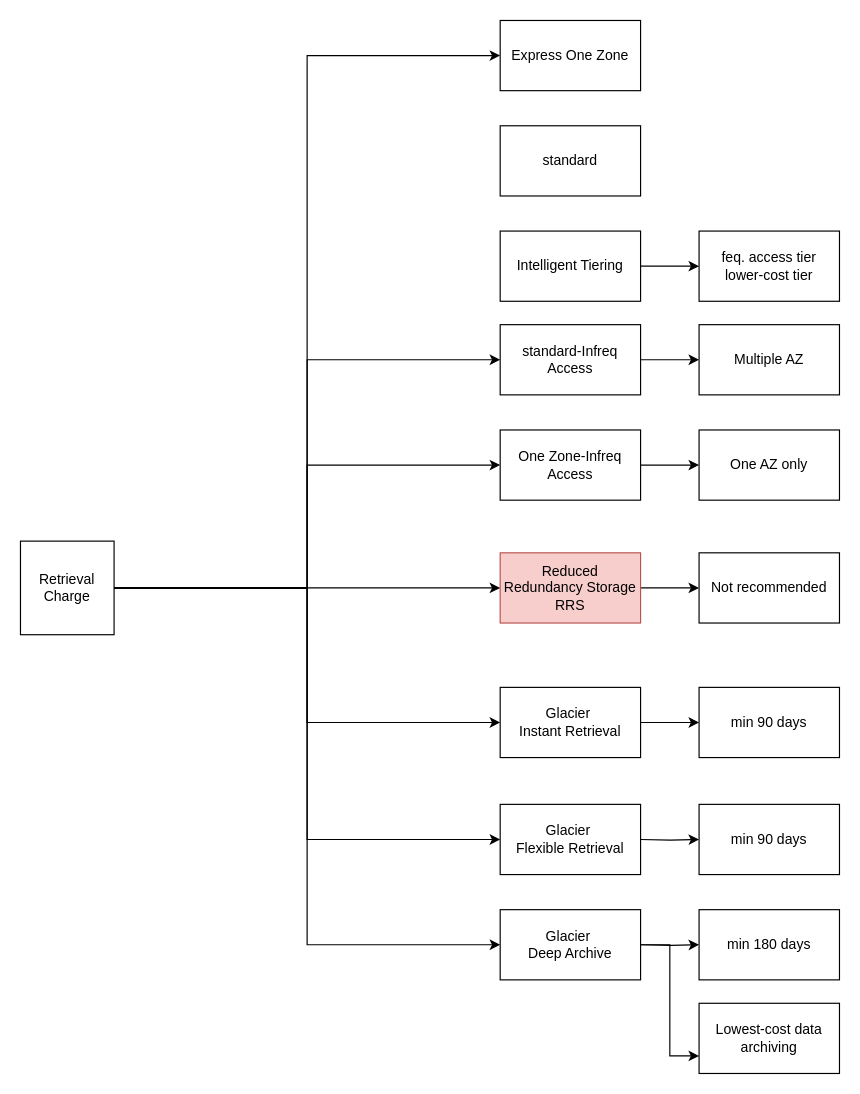
This is drawio/aws/s3.drawio from cmkam/architecture, a draw.io file, before an edit. Source tidied: cells renumbered, new cells numbered last; positions are measured from the earlier drawing's top-left corner, leaving out a move shared by most shapes. Both pictures are drawn from the tidied source at 117%, with x=0, y=0 at pixel (20, 20).
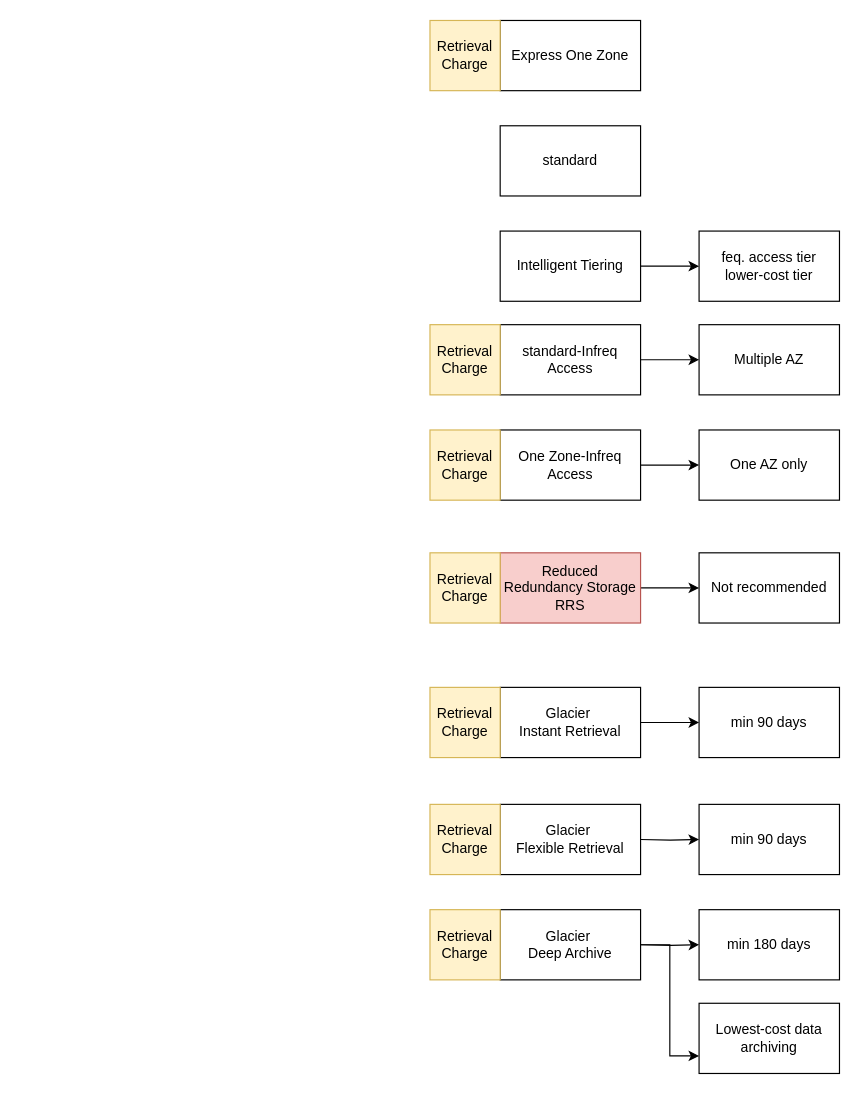
The same diagram, later.

Unchanged cells that the change refers to:
```xml
<mxCell id="6" value="standard-Infreq Access" style="rounded=0;whiteSpace=wrap;html=1;" parent="1" vertex="1">
  <mxGeometry x="410" y="260" width="120" height="60" as="geometry" />
</mxCell>
<mxCell id="8" value="One Zone-Infreq Access" style="rounded=0;whiteSpace=wrap;html=1;" parent="1" vertex="1">
  <mxGeometry x="410" y="350" width="120" height="60" as="geometry" />
</mxCell>
<mxCell id="13" value="Reduced Redundancy Storage&lt;div&gt;RRS&lt;/div&gt;" style="rounded=0;whiteSpace=wrap;html=1;fillColor=#f8cecc;strokeColor=#b85450;" parent="1" vertex="1">
  <mxGeometry x="410" y="455" width="120" height="60" as="geometry" />
</mxCell>
<mxCell id="16" value="Glacier&amp;nbsp;&lt;div&gt;Instant Retrieval&lt;/div&gt;" style="rounded=0;whiteSpace=wrap;html=1;" parent="1" vertex="1">
  <mxGeometry x="410" y="570" width="120" height="60" as="geometry" />
</mxCell>
<mxCell id="18" value="Glacier&amp;nbsp;&lt;div&gt;Flexible Retrieval&lt;/div&gt;" style="rounded=0;whiteSpace=wrap;html=1;" parent="1" vertex="1">
  <mxGeometry x="410" y="670" width="120" height="60" as="geometry" />
</mxCell>
<mxCell id="20" value="Glacier&amp;nbsp;&lt;div&gt;Deep Archive&lt;/div&gt;" style="rounded=0;whiteSpace=wrap;html=1;" parent="1" vertex="1">
  <mxGeometry x="410" y="760" width="120" height="60" as="geometry" />
</mxCell>
<mxCell id="34" value="Express One Zone" style="rounded=0;whiteSpace=wrap;html=1;" parent="1" vertex="1">
  <mxGeometry x="410" width="120" height="60" as="geometry" />
</mxCell>
```

Change to the diagram source:
```diff
@@
-    <mxCell id="26" style="edgeStyle=orthogonalEdgeStyle;rounded=0;jettySize=auto;html=1;entryX=0;entryY=0.5;entryDx=0;entryDy=0;" parent="1" edge="1" source="33" target="6">
-      <mxGeometry relative="1" as="geometry" />
-    </mxCell>
-    <mxCell id="27" style="edgeStyle=orthogonalEdgeStyle;rounded=0;jettySize=auto;html=1;entryX=0;entryY=0.5;entryDx=0;entryDy=0;" parent="1" edge="1" source="33" target="16">
-      <mxGeometry relative="1" as="geometry" />
-    </mxCell>
-    <mxCell id="28" style="edgeStyle=orthogonalEdgeStyle;rounded=0;jettySize=auto;html=1;entryX=0;entryY=0.5;entryDx=0;entryDy=0;" parent="1" edge="1" source="33" target="18">
-      <mxGeometry relative="1" as="geometry" />
-    </mxCell>
-    <mxCell id="29" style="edgeStyle=orthogonalEdgeStyle;rounded=0;jettySize=auto;html=1;entryX=0;entryY=0.5;entryDx=0;entryDy=0;" parent="1" edge="1" source="33" target="20">
-      <mxGeometry relative="1" as="geometry" />
-    </mxCell>
-    <mxCell id="30" style="edgeStyle=orthogonalEdgeStyle;rounded=0;jettySize=auto;html=1;entryX=0;entryY=0.5;entryDx=0;entryDy=0;" parent="1" edge="1" source="33" target="8">
-      <mxGeometry relative="1" as="geometry" />
-    </mxCell>
-    <mxCell id="31" style="edgeStyle=orthogonalEdgeStyle;rounded=0;jettySize=auto;html=1;" parent="1" edge="1" source="33" target="13">
-      <mxGeometry relative="1" as="geometry" />
-    </mxCell>
-    <mxCell id="32" style="edgeStyle=orthogonalEdgeStyle;rounded=0;jettySize=auto;html=1;entryX=0;entryY=0.5;entryDx=0;entryDy=0;" parent="1" edge="1" source="33" target="34">
-      <mxGeometry relative="1" as="geometry" />
-    </mxCell>
-    <mxCell id="33" value="Retrieval Charge" style="whiteSpace=wrap;html=1;" parent="1" vertex="1">
-      <mxGeometry y="445" width="80" height="80" as="geometry" />
-    </mxCell>
@@
+    <mxCell id="35" value="Retrieval Charge" style="whiteSpace=wrap;html=1;fillColor=#fff2cc;strokeColor=#d6b656;" parent="1" vertex="1">
+      <mxGeometry x="350" width="60" height="60" as="geometry" />
+    </mxCell>
+    <mxCell id="36" value="Retrieval Charge" style="whiteSpace=wrap;html=1;fillColor=#fff2cc;strokeColor=#d6b656;" parent="1" vertex="1">
+      <mxGeometry x="350" y="260" width="60" height="60" as="geometry" />
+    </mxCell>
+    <mxCell id="37" value="Retrieval Charge" style="whiteSpace=wrap;html=1;fillColor=#fff2cc;strokeColor=#d6b656;" parent="1" vertex="1">
+      <mxGeometry x="350" y="350" width="60" height="60" as="geometry" />
+    </mxCell>
+    <mxCell id="38" value="Retrieval Charge" style="whiteSpace=wrap;html=1;fillColor=#fff2cc;strokeColor=#d6b656;" parent="1" vertex="1">
+      <mxGeometry x="350" y="455" width="60" height="60" as="geometry" />
+    </mxCell>
+    <mxCell id="39" value="Retrieval Charge" style="whiteSpace=wrap;html=1;fillColor=#fff2cc;strokeColor=#d6b656;" parent="1" vertex="1">
+      <mxGeometry x="350" y="570" width="60" height="60" as="geometry" />
+    </mxCell>
+    <mxCell id="40" value="Retrieval Charge" style="whiteSpace=wrap;html=1;fillColor=#fff2cc;strokeColor=#d6b656;" parent="1" vertex="1">
+      <mxGeometry x="350" y="670" width="60" height="60" as="geometry" />
+    </mxCell>
+    <mxCell id="41" value="Retrieval Charge" style="whiteSpace=wrap;html=1;fillColor=#fff2cc;strokeColor=#d6b656;" parent="1" vertex="1">
+      <mxGeometry x="350" y="760" width="60" height="60" as="geometry" />
+    </mxCell>
```
